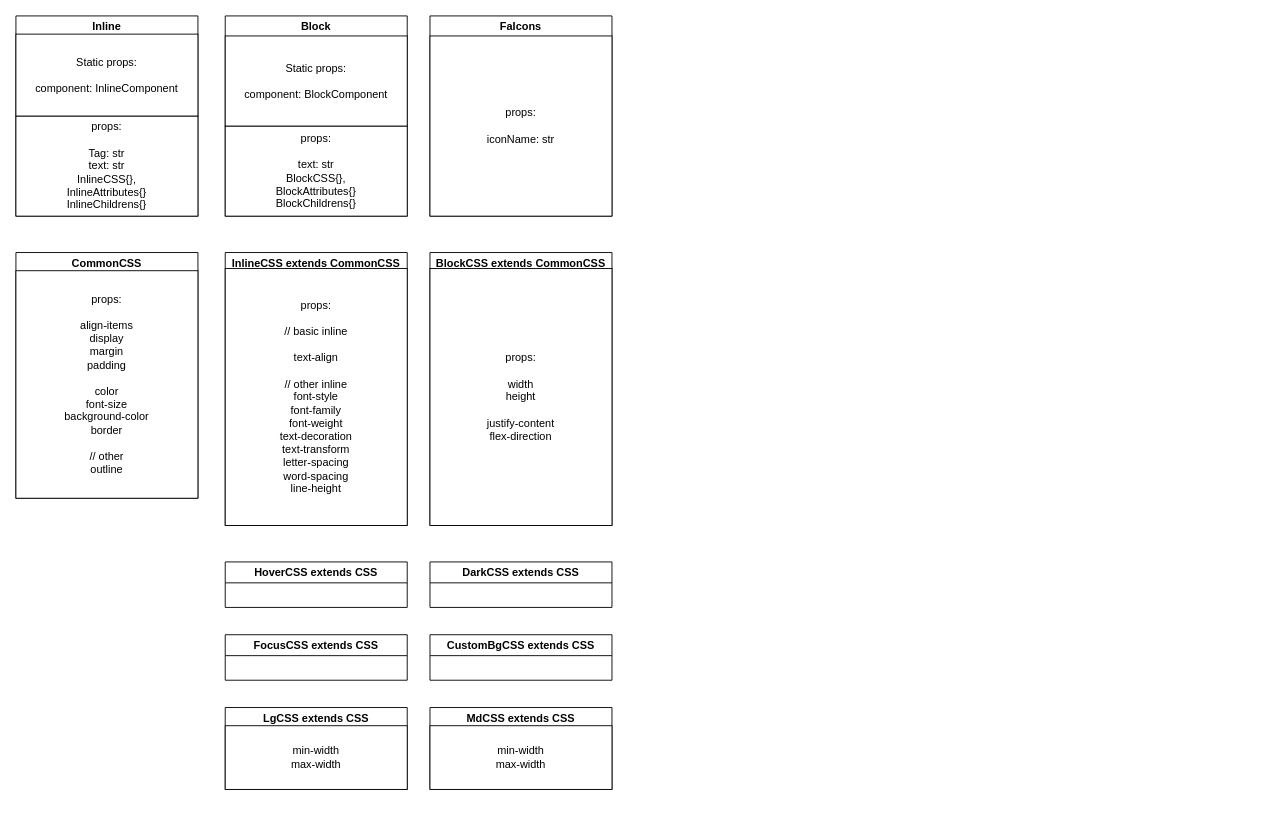
Before: Untitled Diagram.drawio in dianamatkava/next.js-sanity-construction, a draw.io diagram. Source tidied: cells renumbered, new cells numbered last; positions are measured from the earlier drawing's top-left corner, leaving out a move shared by most shapes. Both pictures are drawn from the tidied source at 91%, with x=0, y=0 at pixel (15, 15).
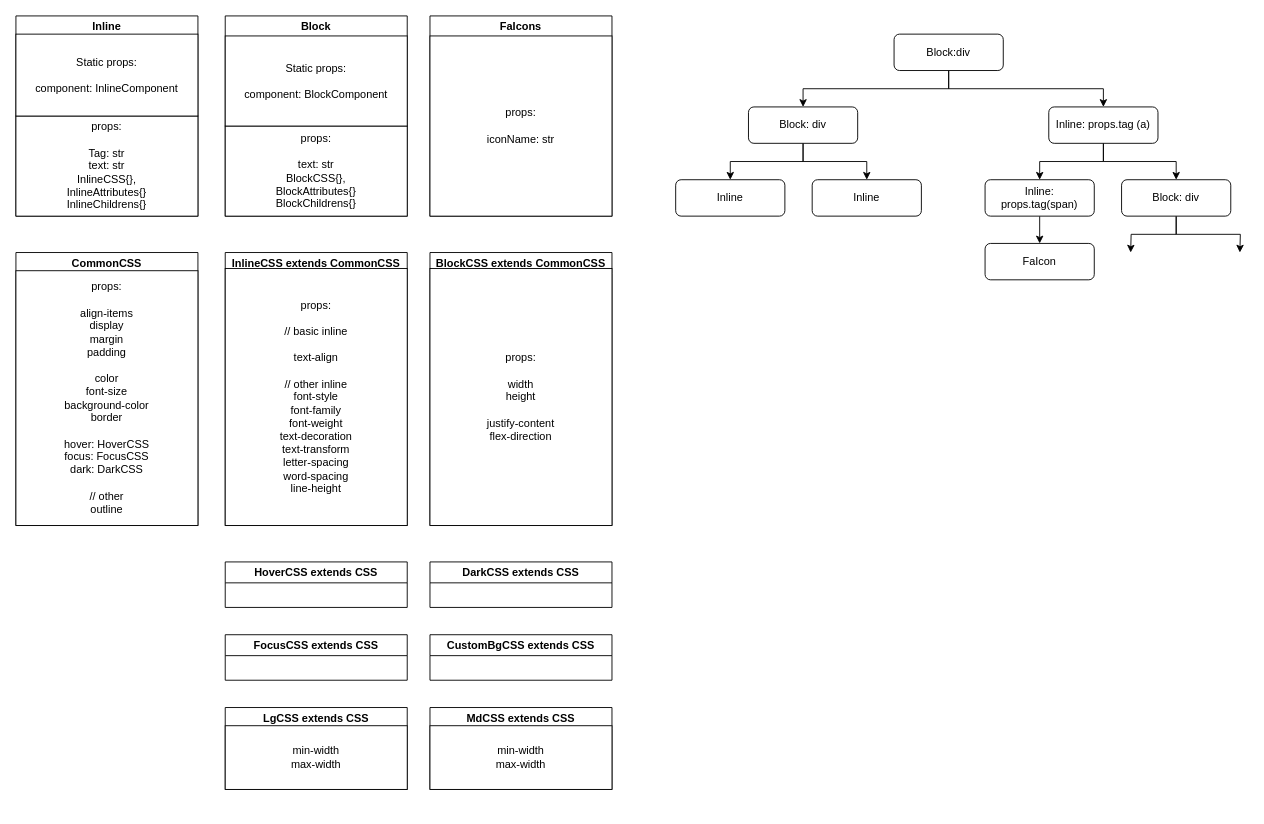
After the change.

Change to the diagram source:
```diff
@@
     <mxCell id="29" value="CommonCSS" style="swimlane;whiteSpace=wrap;html=1;" parent="1" vertex="1">
-      <mxGeometry y="260" width="200" height="270" as="geometry" />
+      <mxGeometry y="260" width="200" height="300" as="geometry" />
     </mxCell>
-    <mxCell id="30" value="props:&lt;br&gt;&lt;br&gt;align-items&lt;br&gt;display&lt;br&gt;margin&lt;br&gt;padding&lt;br&gt;&lt;br&gt;color&lt;br style=&quot;border-color: var(--border-color);&quot;&gt;font-size&lt;br&gt;background-color&lt;br&gt;border&lt;br&gt;&lt;br&gt;// other&lt;br&gt;outline" style="whiteSpace=wrap;html=1;" parent="29" vertex="1">
-      <mxGeometry y="20" width="200" height="250" as="geometry" />
+    <mxCell id="30" value="props:&lt;br&gt;&lt;br&gt;align-items&lt;br&gt;display&lt;br&gt;margin&lt;br&gt;padding&lt;br&gt;&lt;br&gt;color&lt;br style=&quot;border-color: var(--border-color);&quot;&gt;font-size&lt;br&gt;background-color&lt;br&gt;border&lt;br&gt;&lt;br&gt;hover: HoverCSS&lt;br&gt;focus: FocusCSS&lt;br&gt;dark: DarkCSS&lt;br&gt;&lt;br&gt;// other&lt;br&gt;outline" style="whiteSpace=wrap;html=1;" parent="29" vertex="1">
+      <mxGeometry y="20" width="200" height="280" as="geometry" />
     </mxCell>
@@
+    <mxCell id="34" style="edgeStyle=orthogonalEdgeStyle;rounded=0;jettySize=auto;html=1;" parent="1" edge="1" source="36" target="39">
+      <mxGeometry relative="1" as="geometry">
+        <Array as="points">
+          <mxPoint x="1025" y="80" />
+          <mxPoint x="865" y="80" />
+        </Array>
+      </mxGeometry>
+    </mxCell>
+    <mxCell id="35" style="edgeStyle=orthogonalEdgeStyle;rounded=0;jettySize=auto;html=1;exitX=0.5;exitY=1;exitDx=0;exitDy=0;entryX=0.5;entryY=0;entryDx=0;entryDy=0;" parent="1" edge="1" source="36" target="42">
+      <mxGeometry relative="1" as="geometry" />
+    </mxCell>
+    <mxCell id="36" value="Block:div" style="rounded=1;whiteSpace=wrap;html=1;" parent="1" vertex="1">
+      <mxGeometry x="965" y="20" width="120" height="40" as="geometry" />
+    </mxCell>
+    <mxCell id="37" style="edgeStyle=orthogonalEdgeStyle;rounded=0;jettySize=auto;html=1;exitX=0.5;exitY=1;exitDx=0;exitDy=0;entryX=0.5;entryY=0;entryDx=0;entryDy=0;" parent="1" edge="1" source="39" target="43">
+      <mxGeometry relative="1" as="geometry" />
+    </mxCell>
+    <mxCell id="38" style="edgeStyle=orthogonalEdgeStyle;rounded=0;jettySize=auto;html=1;exitX=0.5;exitY=1;exitDx=0;exitDy=0;entryX=0.5;entryY=0;entryDx=0;entryDy=0;" parent="1" edge="1" source="39" target="44">
+      <mxGeometry relative="1" as="geometry" />
+    </mxCell>
+    <mxCell id="39" value="Block: div" style="rounded=1;whiteSpace=wrap;html=1;" parent="1" vertex="1">
+      <mxGeometry x="805" y="100" width="120" height="40" as="geometry" />
+    </mxCell>
+    <mxCell id="40" style="edgeStyle=orthogonalEdgeStyle;rounded=0;jettySize=auto;html=1;exitX=0.5;exitY=1;exitDx=0;exitDy=0;entryX=0.5;entryY=0;entryDx=0;entryDy=0;" parent="1" edge="1" source="42" target="46">
+      <mxGeometry relative="1" as="geometry" />
+    </mxCell>
+    <mxCell id="41" style="edgeStyle=orthogonalEdgeStyle;rounded=0;jettySize=auto;html=1;exitX=0.5;exitY=1;exitDx=0;exitDy=0;entryX=0.5;entryY=0;entryDx=0;entryDy=0;" parent="1" edge="1" source="42" target="49">
+      <mxGeometry relative="1" as="geometry" />
+    </mxCell>
+    <mxCell id="42" value="Inline: props.tag (a)" style="rounded=1;whiteSpace=wrap;html=1;" parent="1" vertex="1">
+      <mxGeometry x="1135" y="100" width="120" height="40" as="geometry" />
+    </mxCell>
+    <mxCell id="43" value="Inline" style="rounded=1;whiteSpace=wrap;html=1;" parent="1" vertex="1">
+      <mxGeometry x="725" y="180" width="120" height="40" as="geometry" />
+    </mxCell>
+    <mxCell id="44" value="Inline" style="rounded=1;whiteSpace=wrap;html=1;" parent="1" vertex="1">
+      <mxGeometry x="875" y="180" width="120" height="40" as="geometry" />
+    </mxCell>
+    <mxCell id="45" style="edgeStyle=orthogonalEdgeStyle;rounded=0;jettySize=auto;html=1;exitX=0.5;exitY=1;exitDx=0;exitDy=0;entryX=0.5;entryY=0;entryDx=0;entryDy=0;" parent="1" edge="1" source="46" target="50">
+      <mxGeometry relative="1" as="geometry" />
+    </mxCell>
+    <mxCell id="46" value="Inline: props.tag(span)" style="rounded=1;whiteSpace=wrap;html=1;" parent="1" vertex="1">
+      <mxGeometry x="1065" y="180" width="120" height="40" as="geometry" />
+    </mxCell>
+    <mxCell id="47" style="edgeStyle=orthogonalEdgeStyle;rounded=0;jettySize=auto;html=1;exitX=0.5;exitY=1;exitDx=0;exitDy=0;" parent="1" edge="1" source="49">
+      <mxGeometry relative="1" as="geometry">
+        <mxPoint x="1345" y="260" as="targetPoint" />
+      </mxGeometry>
+    </mxCell>
+    <mxCell id="48" style="edgeStyle=orthogonalEdgeStyle;rounded=0;jettySize=auto;html=1;exitX=0.5;exitY=1;exitDx=0;exitDy=0;" parent="1" edge="1" source="49">
+      <mxGeometry relative="1" as="geometry">
+        <mxPoint x="1225" y="260" as="targetPoint" />
+      </mxGeometry>
+    </mxCell>
+    <mxCell id="49" value="Block: div" style="rounded=1;whiteSpace=wrap;html=1;" parent="1" vertex="1">
+      <mxGeometry x="1215" y="180" width="120" height="40" as="geometry" />
+    </mxCell>
+    <mxCell id="50" value="FaIcon" style="rounded=1;whiteSpace=wrap;html=1;" parent="1" vertex="1">
+      <mxGeometry x="1065" y="250" width="120" height="40" as="geometry" />
+    </mxCell>
```
